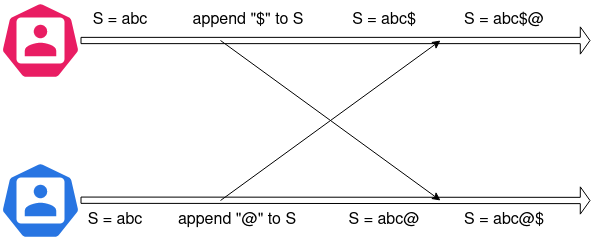
Earlier version of the draw.io export docs/img/concurrent_operations_problem.png (sumeetgajjar/NUpad). Source tidied: cells renumbered, new cells last; positions are measured from the earlier drawing's top-left corner, leaving out a move shared by most shapes. The source it was exported from:
```xml
<mxGraphModel>
  <root>
    <mxCell id="0" />
    <mxCell id="1" parent="0" />
    <mxCell id="2" style="html=1;dashed=0;whitespace=wrap;fillColor=#e91d63;strokeColor=#ffffff;shape=mxgraph.kubernetes.icon;prIcon=user;" parent="1" vertex="1">
      <mxGeometry width="80" height="80" as="geometry" />
    </mxCell>
    <mxCell id="3" style="html=1;dashed=0;whitespace=wrap;fillColor=#2875E2;strokeColor=#ffffff;shape=mxgraph.kubernetes.icon;prIcon=user;" parent="1" vertex="1">
      <mxGeometry y="160" width="80" height="80" as="geometry" />
    </mxCell>
    <mxCell id="4" style="shape=flexArrow;endArrow=classic;html=1;width=6.285714285714286;endSize=2.902857142857143;" parent="1" edge="1">
      <mxGeometry relative="1" as="geometry">
        <mxPoint x="80" y="40" as="sourcePoint" />
        <mxPoint x="590" y="40" as="targetPoint" />
      </mxGeometry>
    </mxCell>
    <mxCell id="5" style="shape=flexArrow;endArrow=classic;html=1;width=6.285714285714286;endSize=2.902857142857143;" parent="1" edge="1">
      <mxGeometry relative="1" as="geometry">
        <mxPoint x="80" y="199.7" as="sourcePoint" />
        <mxPoint x="590" y="200" as="targetPoint" />
      </mxGeometry>
    </mxCell>
    <mxCell id="6" value="S = abc" style="text;html=1;strokeColor=none;fillColor=none;align=center;verticalAlign=middle;whiteSpace=wrap;rounded=0;fontSize=16;" parent="1" vertex="1">
      <mxGeometry x="80" y="10" width="80" height="20" as="geometry" />
    </mxCell>
    <mxCell id="7" value="append &quot;$&quot; to S" style="text;html=1;strokeColor=none;fillColor=none;align=center;verticalAlign=middle;whiteSpace=wrap;rounded=0;fontSize=16;" parent="1" vertex="1">
      <mxGeometry x="188" y="10" width="120" height="20" as="geometry" />
    </mxCell>
    <mxCell id="8" value="S = abc$" style="text;html=1;strokeColor=none;fillColor=none;align=center;verticalAlign=middle;whiteSpace=wrap;rounded=0;fontSize=16;" parent="1" vertex="1">
      <mxGeometry x="344" y="10" width="80" height="20" as="geometry" />
    </mxCell>
    <mxCell id="9" value="S = abc" style="text;html=1;strokeColor=none;fillColor=none;align=center;verticalAlign=middle;whiteSpace=wrap;rounded=0;fontSize=16;" parent="1" vertex="1">
      <mxGeometry x="80" y="210" width="70" height="20" as="geometry" />
    </mxCell>
    <mxCell id="10" value="append &quot;@&quot; to S" style="text;html=1;strokeColor=none;fillColor=none;align=center;verticalAlign=middle;whiteSpace=wrap;rounded=0;fontSize=16;" parent="1" vertex="1">
      <mxGeometry x="167" y="210" width="140" height="20" as="geometry" />
    </mxCell>
    <mxCell id="11" value="S = abc@" style="text;html=1;strokeColor=none;fillColor=none;align=center;verticalAlign=middle;whiteSpace=wrap;rounded=0;fontSize=16;" parent="1" vertex="1">
      <mxGeometry x="344" y="210" width="80" height="20" as="geometry" />
    </mxCell>
    <mxCell id="12" style="endArrow=classic;html=1;" parent="1" edge="1">
      <mxGeometry relative="1" as="geometry">
        <mxPoint x="220" y="200" as="sourcePoint" />
        <mxPoint x="440" y="40" as="targetPoint" />
      </mxGeometry>
    </mxCell>
    <mxCell id="13" style="endArrow=classic;html=1;" parent="1" edge="1">
      <mxGeometry relative="1" as="geometry">
        <mxPoint x="220" y="40" as="sourcePoint" />
        <mxPoint x="440" y="200" as="targetPoint" />
      </mxGeometry>
    </mxCell>
    <mxCell id="14" value="S = abc$@" style="text;html=1;strokeColor=none;fillColor=none;align=center;verticalAlign=middle;whiteSpace=wrap;rounded=0;fontSize=16;" parent="1" vertex="1">
      <mxGeometry x="449" y="10" width="110" height="20" as="geometry" />
    </mxCell>
    <mxCell id="15" value="S = abc@$" style="text;html=1;strokeColor=none;fillColor=none;align=center;verticalAlign=middle;whiteSpace=wrap;rounded=0;fontSize=16;" parent="1" vertex="1">
      <mxGeometry x="459" y="210" width="90" height="20" as="geometry" />
    </mxCell>
  </root>
</mxGraphModel>
```
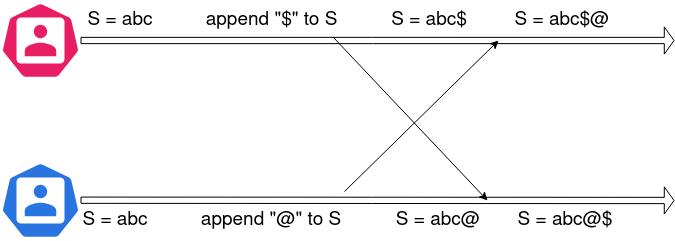
Later version of the same file.

Change to the diagram source:
```diff
@@ -2,59 +2,59 @@
   <root>
     <mxCell id="0" />
     <mxCell id="1" parent="0" />
-    <mxCell id="2" style="html=1;dashed=0;whitespace=wrap;fillColor=#e91d63;strokeColor=#ffffff;shape=mxgraph.kubernetes.icon;prIcon=user;" parent="1" vertex="1">
+    <mxCell id="2" style="html=1;dashed=0;whitespace=wrap;fillColor=#e91d63;strokeColor=#ffffff;shape=mxgraph.kubernetes.icon;prIcon=user;fontSize=19;" parent="1" vertex="1">
       <mxGeometry width="80" height="80" as="geometry" />
     </mxCell>
-    <mxCell id="3" style="html=1;dashed=0;whitespace=wrap;fillColor=#2875E2;strokeColor=#ffffff;shape=mxgraph.kubernetes.icon;prIcon=user;" parent="1" vertex="1">
+    <mxCell id="3" style="html=1;dashed=0;whitespace=wrap;fillColor=#2875E2;strokeColor=#ffffff;shape=mxgraph.kubernetes.icon;prIcon=user;fontSize=19;" parent="1" vertex="1">
       <mxGeometry y="160" width="80" height="80" as="geometry" />
     </mxCell>
-    <mxCell id="4" style="shape=flexArrow;endArrow=classic;html=1;width=6.285714285714286;endSize=2.902857142857143;" parent="1" edge="1">
+    <mxCell id="4" style="shape=flexArrow;endArrow=classic;html=1;width=6.285714285714286;endSize=2.902857142857143;fontSize=19;" parent="1" edge="1">
       <mxGeometry relative="1" as="geometry">
         <mxPoint x="80" y="40" as="sourcePoint" />
-        <mxPoint x="590" y="40" as="targetPoint" />
+        <mxPoint x="674" y="40" as="targetPoint" />
       </mxGeometry>
     </mxCell>
-    <mxCell id="5" style="shape=flexArrow;endArrow=classic;html=1;width=6.285714285714286;endSize=2.902857142857143;" parent="1" edge="1">
+    <mxCell id="5" style="shape=flexArrow;endArrow=classic;html=1;width=6.285714285714286;endSize=2.902857142857143;fontSize=19;" parent="1" edge="1">
       <mxGeometry relative="1" as="geometry">
         <mxPoint x="80" y="199.7" as="sourcePoint" />
-        <mxPoint x="590" y="200" as="targetPoint" />
+        <mxPoint x="674" y="200" as="targetPoint" />
       </mxGeometry>
     </mxCell>
-    <mxCell id="6" value="S = abc" style="text;html=1;strokeColor=none;fillColor=none;align=center;verticalAlign=middle;whiteSpace=wrap;rounded=0;fontSize=16;" parent="1" vertex="1">
+    <mxCell id="6" value="S = abc" style="text;html=1;strokeColor=none;fillColor=none;align=center;verticalAlign=middle;whiteSpace=wrap;rounded=0;fontSize=19;" parent="1" vertex="1">
       <mxGeometry x="80" y="10" width="80" height="20" as="geometry" />
     </mxCell>
-    <mxCell id="7" value="append &quot;$&quot; to S" style="text;html=1;strokeColor=none;fillColor=none;align=center;verticalAlign=middle;whiteSpace=wrap;rounded=0;fontSize=16;" parent="1" vertex="1">
-      <mxGeometry x="188" y="10" width="120" height="20" as="geometry" />
+    <mxCell id="7" value="append &quot;$&quot; to S" style="text;html=1;strokeColor=none;fillColor=none;align=center;verticalAlign=middle;whiteSpace=wrap;rounded=0;fontSize=19;" parent="1" vertex="1">
+      <mxGeometry x="199" y="10" width="145" height="20" as="geometry" />
     </mxCell>
-    <mxCell id="8" value="S = abc$" style="text;html=1;strokeColor=none;fillColor=none;align=center;verticalAlign=middle;whiteSpace=wrap;rounded=0;fontSize=16;" parent="1" vertex="1">
-      <mxGeometry x="344" y="10" width="80" height="20" as="geometry" />
+    <mxCell id="8" value="S = abc$" style="text;html=1;strokeColor=none;fillColor=none;align=center;verticalAlign=middle;whiteSpace=wrap;rounded=0;fontSize=19;" parent="1" vertex="1">
+      <mxGeometry x="389" y="10" width="80" height="20" as="geometry" />
     </mxCell>
-    <mxCell id="9" value="S = abc" style="text;html=1;strokeColor=none;fillColor=none;align=center;verticalAlign=middle;whiteSpace=wrap;rounded=0;fontSize=16;" parent="1" vertex="1">
+    <mxCell id="9" value="S = abc" style="text;html=1;strokeColor=none;fillColor=none;align=center;verticalAlign=middle;whiteSpace=wrap;rounded=0;fontSize=19;" parent="1" vertex="1">
       <mxGeometry x="80" y="210" width="70" height="20" as="geometry" />
     </mxCell>
-    <mxCell id="10" value="append &quot;@&quot; to S" style="text;html=1;strokeColor=none;fillColor=none;align=center;verticalAlign=middle;whiteSpace=wrap;rounded=0;fontSize=16;" parent="1" vertex="1">
-      <mxGeometry x="167" y="210" width="140" height="20" as="geometry" />
+    <mxCell id="10" value="append &quot;@&quot; to S" style="text;html=1;strokeColor=none;fillColor=none;align=center;verticalAlign=middle;whiteSpace=wrap;rounded=0;fontSize=19;" parent="1" vertex="1">
+      <mxGeometry x="188.5" y="210" width="166" height="20" as="geometry" />
     </mxCell>
-    <mxCell id="11" value="S = abc@" style="text;html=1;strokeColor=none;fillColor=none;align=center;verticalAlign=middle;whiteSpace=wrap;rounded=0;fontSize=16;" parent="1" vertex="1">
-      <mxGeometry x="344" y="210" width="80" height="20" as="geometry" />
+    <mxCell id="11" value="S = abc@" style="text;html=1;strokeColor=none;fillColor=none;align=center;verticalAlign=middle;whiteSpace=wrap;rounded=0;fontSize=19;" parent="1" vertex="1">
+      <mxGeometry x="389" y="210" width="98" height="20" as="geometry" />
     </mxCell>
-    <mxCell id="12" style="endArrow=classic;html=1;" parent="1" edge="1">
+    <mxCell id="12" style="endArrow=classic;html=1;fontSize=19;" parent="1" edge="1">
       <mxGeometry relative="1" as="geometry">
-        <mxPoint x="220" y="200" as="sourcePoint" />
-        <mxPoint x="440" y="40" as="targetPoint" />
+        <mxPoint x="344" y="191" as="sourcePoint" />
+        <mxPoint x="498" y="40" as="targetPoint" />
       </mxGeometry>
     </mxCell>
-    <mxCell id="13" style="endArrow=classic;html=1;" parent="1" edge="1">
+    <mxCell id="13" style="endArrow=classic;html=1;fontSize=19;" parent="1" edge="1">
       <mxGeometry relative="1" as="geometry">
-        <mxPoint x="220" y="40" as="sourcePoint" />
-        <mxPoint x="440" y="200" as="targetPoint" />
+        <mxPoint x="333" y="37" as="sourcePoint" />
+        <mxPoint x="487" y="200" as="targetPoint" />
       </mxGeometry>
     </mxCell>
-    <mxCell id="14" value="S = abc$@" style="text;html=1;strokeColor=none;fillColor=none;align=center;verticalAlign=middle;whiteSpace=wrap;rounded=0;fontSize=16;" parent="1" vertex="1">
-      <mxGeometry x="449" y="10" width="110" height="20" as="geometry" />
+    <mxCell id="14" value="S = abc$@" style="text;html=1;strokeColor=none;fillColor=none;align=center;verticalAlign=middle;whiteSpace=wrap;rounded=0;fontSize=19;" parent="1" vertex="1">
+      <mxGeometry x="506.5" y="10" width="110" height="20" as="geometry" />
     </mxCell>
-    <mxCell id="15" value="S = abc@$" style="text;html=1;strokeColor=none;fillColor=none;align=center;verticalAlign=middle;whiteSpace=wrap;rounded=0;fontSize=16;" parent="1" vertex="1">
-      <mxGeometry x="459" y="210" width="90" height="20" as="geometry" />
+    <mxCell id="15" value="S = abc@$" style="text;html=1;strokeColor=none;fillColor=none;align=center;verticalAlign=middle;whiteSpace=wrap;rounded=0;fontSize=19;" parent="1" vertex="1">
+      <mxGeometry x="512.5" y="210" width="104" height="20" as="geometry" />
     </mxCell>
   </root>
 </mxGraphModel>
```
